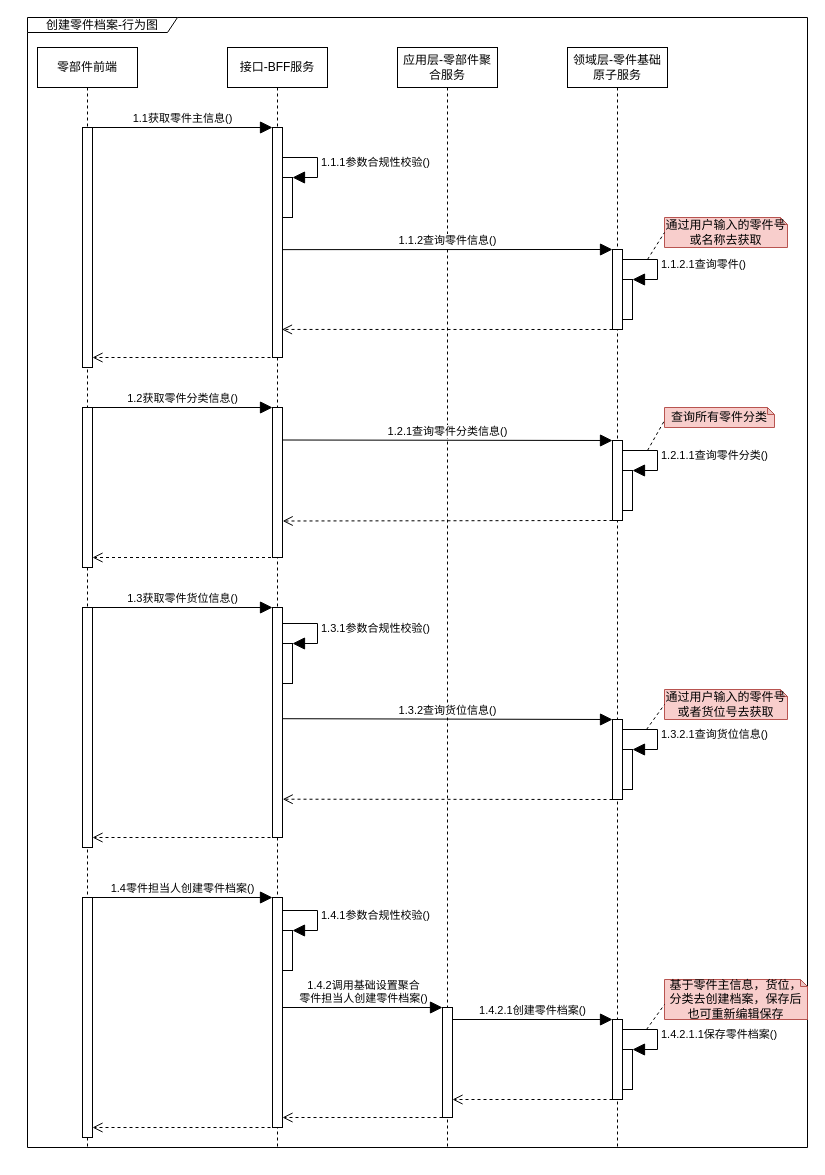
Above: page "创建-行为图" (2 of 5) of 库存管理-零件档案管理.drawio in 1132489442/gitRepository1 (draw.io), before the change. Source tidied: cells renumbered, new cells numbered last; positions are measured from the earlier drawing's top-left corner, leaving out a move shared by most shapes. Both pictures are drawn from the tidied source at 100%, with x=0, y=0 at pixel (27, 17).
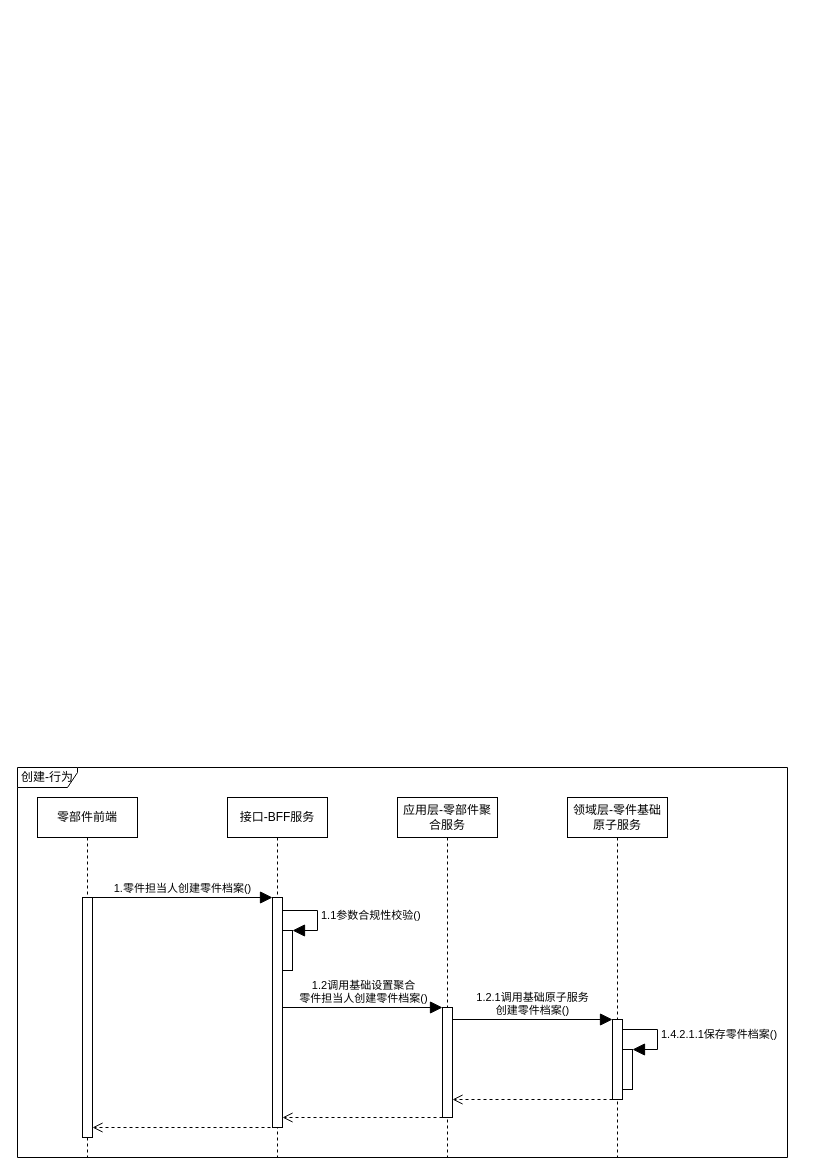
The same diagram, later.

The change refers to these unchanged cells:
```xml
<mxCell id="43" style="html=1;points=[];perimeter=orthogonalPerimeter;fillColor=#FFFFFF;" parent="1" vertex="1">
  <mxGeometry x="585" y="1002" width="10" height="80" as="geometry" />
</mxCell>
<mxCell id="48" style="html=1;points=[];perimeter=orthogonalPerimeter;fillColor=#FFFFFF;" parent="1" vertex="1">
  <mxGeometry x="255" y="913" width="10" height="40" as="geometry" />
</mxCell>
```

The edit, as a diff of the source:
```diff
@@
     <mxCell id="2" value="零部件前端" style="shape=umlLifeline;perimeter=lifelinePerimeter;whiteSpace=wrap;html=1;fillColor=#FFFFFF;" parent="1" vertex="1">
-      <mxGeometry x="10" y="30" width="100" height="1100" as="geometry" />
+      <mxGeometry x="10" y="780" width="100" height="360" as="geometry" />
     </mxCell>
-    <mxCell id="3" style="html=1;points=[];perimeter=orthogonalPerimeter;fillColor=#FFFFFF;" parent="2" vertex="1">
-      <mxGeometry x="45" y="80" width="10" height="240" as="geometry" />
-    </mxCell>
     <mxCell id="4" value="接口-BFF服务" style="shape=umlLifeline;perimeter=lifelinePerimeter;whiteSpace=wrap;html=1;fillColor=#FFFFFF;" parent="1" vertex="1">
-      <mxGeometry x="200" y="30" width="100" height="1100" as="geometry" />
+      <mxGeometry x="200" y="780" width="100" height="360" as="geometry" />
     </mxCell>
-    <mxCell id="5" style="html=1;points=[];perimeter=orthogonalPerimeter;fillColor=#FFFFFF;" parent="4" vertex="1">
-      <mxGeometry x="45" y="80" width="10" height="230" as="geometry" />
-    </mxCell>
-    <mxCell id="6" style="html=1;verticalAlign=bottom;endArrow=open;dashed=1;endSize=8;exitX=0;exitY=0.95;rounded=0;" parent="4" edge="1" target="3">
-      <mxGeometry relative="1" as="geometry">
-        <mxPoint x="55" y="310" as="sourcePoint" />
-      </mxGeometry>
-    </mxCell>
-    <mxCell id="7" value="创建零件档案-行为图" style="shape=umlFrame;whiteSpace=wrap;html=1;fillColor=#FFFFFF;width=150;height=15;" parent="1" vertex="1">
-      <mxGeometry width="780" height="1130" as="geometry" />
-    </mxCell>
     <mxCell id="8" value="领域层-零件基础原子服务" style="shape=umlLifeline;perimeter=lifelinePerimeter;whiteSpace=wrap;html=1;fillColor=#FFFFFF;" parent="1" vertex="1">
-      <mxGeometry x="540" y="30" width="100" height="1100" as="geometry" />
+      <mxGeometry x="540" y="780" width="100" height="360" as="geometry" />
     </mxCell>
-    <mxCell id="9" style="html=1;points=[];perimeter=orthogonalPerimeter;fillColor=#FFFFFF;" parent="8" vertex="1">
-      <mxGeometry x="45" y="202" width="10" height="80" as="geometry" />
-    </mxCell>
-    <mxCell id="10" style="html=1;points=[];perimeter=orthogonalPerimeter;fillColor=#FFFFFF;" parent="8" vertex="1">
-      <mxGeometry x="55" y="232" width="10" height="40" as="geometry" />
-    </mxCell>
-    <mxCell id="11" value="1.1.2.1查询零件()" style="edgeStyle=orthogonalEdgeStyle;html=1;align=left;spacingLeft=2;endArrow=block;rounded=0;entryX=1;entryY=0;endSize=10;exitX=0.987;exitY=0.125;exitDx=0;exitDy=0;exitPerimeter=0;" parent="8" edge="1" source="9" target="10">
-      <mxGeometry relative="1" as="geometry">
-        <Array as="points">
-          <mxPoint x="90" y="212" />
-          <mxPoint x="90" y="232" />
-        </Array>
-      </mxGeometry>
-    </mxCell>
     <mxCell id="12" value="应用层-零部件聚合服务" style="shape=umlLifeline;perimeter=lifelinePerimeter;whiteSpace=wrap;html=1;fillColor=#FFFFFF;" parent="1" vertex="1">
-      <mxGeometry x="370" y="30" width="100" height="1100" as="geometry" />
+      <mxGeometry x="370" y="780" width="100" height="360" as="geometry" />
     </mxCell>
-    <mxCell id="13" style="html=1;points=[];perimeter=orthogonalPerimeter;fillColor=#FFFFFF;" parent="12" vertex="1">
-      <mxGeometry x="-115" y="130" width="10" height="40" as="geometry" />
-    </mxCell>
-    <mxCell id="14" value="1.1.1参数合规性校验()" style="edgeStyle=orthogonalEdgeStyle;html=1;align=left;spacingLeft=2;endArrow=block;rounded=0;entryX=1;entryY=0;endSize=10;exitX=1.041;exitY=0.1;exitDx=0;exitDy=0;exitPerimeter=0;" parent="12" edge="1" target="13">
-      <mxGeometry relative="1" as="geometry">
-        <mxPoint x="-114.6" y="110" as="sourcePoint" />
-        <Array as="points">
-          <mxPoint x="-80" y="110" />
-          <mxPoint x="-80" y="130" />
-        </Array>
-      </mxGeometry>
-    </mxCell>
-    <mxCell id="15" value="1.1获取零件主信息()" style="html=1;verticalAlign=bottom;endArrow=block;rounded=0;endSize=10;" parent="1" edge="1">
-      <mxGeometry relative="1" as="geometry">
-        <mxPoint x="65.1" y="110" as="sourcePoint" />
-        <mxPoint x="245" y="110" as="targetPoint" />
-      </mxGeometry>
-    </mxCell>
-    <mxCell id="16" value="1.1.2查询零件信息()" style="html=1;verticalAlign=bottom;endArrow=block;entryX=0;entryY=0;rounded=0;endSize=10;exitX=1.025;exitY=0.531;exitDx=0;exitDy=0;exitPerimeter=0;" parent="1" edge="1" source="5" target="9">
-      <mxGeometry relative="1" as="geometry" />
-    </mxCell>
-    <mxCell id="17" style="html=1;verticalAlign=bottom;endArrow=open;dashed=1;endSize=8;exitX=0;exitY=0.95;rounded=0;entryX=0.948;entryY=0.878;entryDx=0;entryDy=0;entryPerimeter=0;" parent="1" edge="1" target="5">
-      <mxGeometry relative="1" as="geometry">
-        <mxPoint x="585" y="312" as="sourcePoint" />
-      </mxGeometry>
-    </mxCell>
-    <mxCell id="18" value="通过用户输入的零件号&lt;br&gt;或名称去获取" style="shape=note;whiteSpace=wrap;html=1;backgroundOutline=1;darkOpacity=0.05;fillColor=#f8cecc;size=7;strokeColor=#b85450;" parent="1" vertex="1">
-      <mxGeometry x="637" y="200" width="123" height="30" as="geometry" />
-    </mxCell>
-    <mxCell id="19" style="html=1;perimeter=orthogonalPerimeter;fillColor=#FFFFFF;" parent="1" vertex="1">
-      <mxGeometry x="55" y="390" width="10" height="160" as="geometry" />
-    </mxCell>
-    <mxCell id="20" style="html=1;perimeter=orthogonalPerimeter;fillColor=#FFFFFF;" parent="1" vertex="1">
-      <mxGeometry x="245" y="390" width="10" height="150" as="geometry" />
-    </mxCell>
-    <mxCell id="21" style="html=1;verticalAlign=bottom;endArrow=open;dashed=1;endSize=8;rounded=0;" parent="1" edge="1">
-      <mxGeometry relative="1" as="geometry">
-        <mxPoint x="249.5" y="540" as="sourcePoint" />
-        <mxPoint x="65" y="540" as="targetPoint" />
-      </mxGeometry>
-    </mxCell>
-    <mxCell id="22" style="html=1;points=[];perimeter=orthogonalPerimeter;fillColor=#FFFFFF;" parent="1" vertex="1">
-      <mxGeometry x="585" y="423" width="10" height="80" as="geometry" />
-    </mxCell>
-    <mxCell id="23" style="html=1;points=[];perimeter=orthogonalPerimeter;fillColor=#FFFFFF;" parent="1" vertex="1">
-      <mxGeometry x="595" y="453" width="10" height="40" as="geometry" />
-    </mxCell>
-    <mxCell id="24" value="1.2.1.1查询零件分类()" style="edgeStyle=orthogonalEdgeStyle;html=1;align=left;spacingLeft=2;endArrow=block;rounded=0;entryX=1;entryY=0;endSize=10;exitX=0.987;exitY=0.125;exitDx=0;exitDy=0;exitPerimeter=0;" parent="1" edge="1" source="22" target="23">
-      <mxGeometry relative="1" as="geometry">
-        <Array as="points">
-          <mxPoint x="630" y="433" />
-          <mxPoint x="630" y="453" />
-        </Array>
-      </mxGeometry>
-    </mxCell>
-    <mxCell id="25" value="1.2获取零件分类信息()" style="html=1;verticalAlign=bottom;endArrow=block;rounded=0;endSize=10;" parent="1" edge="1">
-      <mxGeometry relative="1" as="geometry">
-        <mxPoint x="65.1" y="390" as="sourcePoint" />
-        <mxPoint x="245" y="390" as="targetPoint" />
-      </mxGeometry>
-    </mxCell>
-    <mxCell id="26" value="1.2.1查询零件分类信息()" style="html=1;verticalAlign=bottom;endArrow=block;entryX=0;entryY=0;rounded=0;endSize=10;exitX=0.956;exitY=0.283;exitDx=0;exitDy=0;exitPerimeter=0;" parent="1" edge="1" target="22">
-      <mxGeometry relative="1" as="geometry">
-        <mxPoint x="254.6" y="422.5" as="sourcePoint" />
-      </mxGeometry>
-    </mxCell>
-    <mxCell id="27" style="html=1;verticalAlign=bottom;endArrow=open;dashed=1;endSize=8;exitX=0;exitY=0.95;rounded=0;entryX=1.015;entryY=0.823;entryDx=0;entryDy=0;entryPerimeter=0;" parent="1" edge="1">
-      <mxGeometry relative="1" as="geometry">
-        <mxPoint x="585" y="503" as="sourcePoint" />
-        <mxPoint x="255.2" y="503.5" as="targetPoint" />
-      </mxGeometry>
-    </mxCell>
-    <mxCell id="28" style="html=1;points=[];perimeter=orthogonalPerimeter;fillColor=#FFFFFF;" parent="1" vertex="1">
-      <mxGeometry x="55" y="590" width="10" height="240" as="geometry" />
-    </mxCell>
-    <mxCell id="29" style="html=1;perimeter=orthogonalPerimeter;fillColor=#FFFFFF;" parent="1" vertex="1">
-      <mxGeometry x="245" y="590" width="10" height="230" as="geometry" />
-    </mxCell>
-    <mxCell id="30" style="html=1;verticalAlign=bottom;endArrow=open;dashed=1;endSize=8;exitX=0;exitY=0.95;rounded=0;" parent="1" edge="1" target="28">
-      <mxGeometry relative="1" as="geometry">
-        <mxPoint x="255" y="820" as="sourcePoint" />
-      </mxGeometry>
-    </mxCell>
-    <mxCell id="31" style="html=1;points=[];perimeter=orthogonalPerimeter;fillColor=#FFFFFF;" parent="1" vertex="1">
-      <mxGeometry x="585" y="702" width="10" height="80" as="geometry" />
-    </mxCell>
-    <mxCell id="32" style="html=1;points=[];perimeter=orthogonalPerimeter;fillColor=#FFFFFF;" parent="1" vertex="1">
-      <mxGeometry x="595" y="732" width="10" height="40" as="geometry" />
-    </mxCell>
-    <mxCell id="33" value="1.3.2.1查询货位信息()" style="edgeStyle=orthogonalEdgeStyle;html=1;align=left;spacingLeft=2;endArrow=block;rounded=0;entryX=1;entryY=0;endSize=10;exitX=0.987;exitY=0.125;exitDx=0;exitDy=0;exitPerimeter=0;" parent="1" edge="1" source="31" target="32">
-      <mxGeometry relative="1" as="geometry">
-        <Array as="points">
-          <mxPoint x="630" y="712" />
-          <mxPoint x="630" y="732" />
-        </Array>
-      </mxGeometry>
-    </mxCell>
-    <mxCell id="34" style="html=1;points=[];perimeter=orthogonalPerimeter;fillColor=#FFFFFF;" parent="1" vertex="1">
-      <mxGeometry x="255" y="626" width="10" height="40" as="geometry" />
-    </mxCell>
-    <mxCell id="35" value="1.3.1参数合规性校验()" style="edgeStyle=orthogonalEdgeStyle;html=1;align=left;spacingLeft=2;endArrow=block;rounded=0;entryX=1;entryY=0;endSize=10;exitX=1.041;exitY=0.1;exitDx=0;exitDy=0;exitPerimeter=0;" parent="1" edge="1" target="34">
-      <mxGeometry relative="1" as="geometry">
-        <mxPoint x="255.4" y="606" as="sourcePoint" />
-        <Array as="points">
-          <mxPoint x="290" y="606" />
-          <mxPoint x="290" y="626" />
-        </Array>
-      </mxGeometry>
-    </mxCell>
-    <mxCell id="36" value="1.3获取零件货位信息()" style="html=1;verticalAlign=bottom;endArrow=block;rounded=0;endSize=10;" parent="1" edge="1">
-      <mxGeometry relative="1" as="geometry">
-        <mxPoint x="65.1" y="590" as="sourcePoint" />
-        <mxPoint x="245" y="590" as="targetPoint" />
-      </mxGeometry>
-    </mxCell>
-    <mxCell id="37" value="1.3.2查询货位信息()" style="html=1;verticalAlign=bottom;endArrow=block;entryX=0;entryY=0;rounded=0;endSize=10;exitX=0.959;exitY=0.527;exitDx=0;exitDy=0;exitPerimeter=0;" parent="1" edge="1" target="31">
-      <mxGeometry relative="1" as="geometry">
-        <mxPoint x="254.6" y="701.2" as="sourcePoint" />
-      </mxGeometry>
-    </mxCell>
-    <mxCell id="38" style="html=1;verticalAlign=bottom;endArrow=open;dashed=1;endSize=8;exitX=0;exitY=0.95;rounded=0;entryX=1.02;entryY=0.877;entryDx=0;entryDy=0;entryPerimeter=0;" parent="1" edge="1">
-      <mxGeometry relative="1" as="geometry">
-        <mxPoint x="585" y="782" as="sourcePoint" />
-        <mxPoint x="255.2" y="781.7" as="targetPoint" />
-      </mxGeometry>
-    </mxCell>
-    <mxCell id="39" value="通过用户输入的零件号或者货位号去获取" style="shape=note;whiteSpace=wrap;html=1;backgroundOutline=1;darkOpacity=0.05;fillColor=#f8cecc;size=7;strokeColor=#b85450;" parent="1" vertex="1">
-      <mxGeometry x="637" y="672" width="123" height="30" as="geometry" />
-    </mxCell>
@@
-    <mxCell id="47" value="1.4.2调用基础设置聚合&lt;br&gt;零件担当人创建零件档案()" style="html=1;verticalAlign=bottom;endArrow=block;rounded=0;endSize=10;exitX=1.046;exitY=0.087;exitDx=0;exitDy=0;exitPerimeter=0;" parent="1" edge="1">
+    <mxCell id="47" value="1.2调用基础设置聚合&lt;br&gt;零件担当人创建零件档案()" style="html=1;verticalAlign=bottom;endArrow=block;rounded=0;endSize=10;exitX=1.046;exitY=0.087;exitDx=0;exitDy=0;exitPerimeter=0;" parent="1" edge="1">
       <mxGeometry relative="1" as="geometry">
         <mxPoint x="255.5" y="990" as="sourcePoint" />
         <mxPoint x="415" y="990" as="targetPoint" />
       </mxGeometry>
     </mxCell>
@@
-    <mxCell id="49" value="1.4.1参数合规性校验()" style="edgeStyle=orthogonalEdgeStyle;html=1;align=left;spacingLeft=2;endArrow=block;rounded=0;entryX=1;entryY=0;endSize=10;exitX=1.041;exitY=0.1;exitDx=0;exitDy=0;exitPerimeter=0;" parent="1" edge="1" target="48">
+    <mxCell id="49" value="1.1参数合规性校验()" style="edgeStyle=orthogonalEdgeStyle;html=1;align=left;spacingLeft=2;endArrow=block;rounded=0;entryX=1;entryY=0;endSize=10;exitX=1.041;exitY=0.1;exitDx=0;exitDy=0;exitPerimeter=0;" parent="1" edge="1" target="48">
       <mxGeometry relative="1" as="geometry">
         <mxPoint x="255.4" y="893" as="sourcePoint" />
         <Array as="points">
           <mxPoint x="290" y="893" />
           <mxPoint x="290" y="913" />
         </Array>
       </mxGeometry>
     </mxCell>
-    <mxCell id="50" value="1.4零件担当人创建零件档案()" style="html=1;verticalAlign=bottom;endArrow=block;rounded=0;endSize=10;" parent="1" edge="1">
+    <mxCell id="50" value="1.零件担当人创建零件档案()" style="html=1;verticalAlign=bottom;endArrow=block;rounded=0;endSize=10;" parent="1" edge="1">
       <mxGeometry relative="1" as="geometry">
         <mxPoint x="65.1" y="880" as="sourcePoint" />
         <mxPoint x="245" y="880" as="targetPoint" />
       </mxGeometry>
     </mxCell>
-    <mxCell id="51" value="1.4.2.1创建零件档案()" style="html=1;verticalAlign=bottom;endArrow=block;entryX=0;entryY=0;rounded=0;endSize=10;" parent="1" edge="1" target="43">
+    <mxCell id="51" value="1.2.1调用基础原子服务&lt;br&gt;创建零件档案()" style="html=1;verticalAlign=bottom;endArrow=block;entryX=0;entryY=0;rounded=0;endSize=10;" parent="1" edge="1" target="43">
       <mxGeometry relative="1" as="geometry">
         <mxPoint x="425" y="1002" as="sourcePoint" />
       </mxGeometry>
     </mxCell>
@@
-    <mxCell id="54" value="查询所有零件分类" style="shape=note;whiteSpace=wrap;html=1;backgroundOutline=1;darkOpacity=0.05;fillColor=#f8cecc;size=7;strokeColor=#b85450;" parent="1" vertex="1">
-      <mxGeometry x="637" y="390" width="110" height="20" as="geometry" />
-    </mxCell>
-    <mxCell id="55" style="endArrow=none;dashed=1;html=1;rounded=0;endSize=10;entryX=0;entryY=0.5;entryDx=0;entryDy=0;entryPerimeter=0;" parent="1" edge="1">
-      <mxGeometry relative="1" as="geometry">
-        <mxPoint x="620" y="433" as="sourcePoint" />
-        <mxPoint x="637" y="403" as="targetPoint" />
-      </mxGeometry>
-    </mxCell>
-    <mxCell id="56" style="endArrow=none;dashed=1;html=1;rounded=0;endSize=10;entryX=0;entryY=0.5;entryDx=0;entryDy=0;entryPerimeter=0;" parent="1" edge="1" target="18">
-      <mxGeometry relative="1" as="geometry">
-        <mxPoint x="620" y="242" as="sourcePoint" />
-      </mxGeometry>
-    </mxCell>
-    <mxCell id="57" style="endArrow=none;dashed=1;html=1;rounded=0;endSize=10;entryX=0;entryY=0.5;entryDx=0;entryDy=0;entryPerimeter=0;" parent="1" edge="1" target="39">
-      <mxGeometry relative="1" as="geometry">
-        <mxPoint x="619" y="712" as="sourcePoint" />
-      </mxGeometry>
-    </mxCell>
-    <mxCell id="58" value="基于零件主信息，货位，分类去创建档案，保存后也可重新编辑保存" style="shape=note;whiteSpace=wrap;html=1;backgroundOutline=1;darkOpacity=0.05;fillColor=#f8cecc;size=7;strokeColor=#b85450;" parent="1" vertex="1">
-      <mxGeometry x="637" y="962" width="143" height="40" as="geometry" />
-    </mxCell>
-    <mxCell id="59" style="endArrow=none;dashed=1;html=1;rounded=0;endSize=10;entryX=0;entryY=0.5;entryDx=0;entryDy=0;entryPerimeter=0;" parent="1" edge="1">
-      <mxGeometry relative="1" as="geometry">
-        <mxPoint x="619" y="1012" as="sourcePoint" />
-        <mxPoint x="637" y="987" as="targetPoint" />
-      </mxGeometry>
-    </mxCell>
+    <mxCell id="60" value="创建-行为" style="shape=umlFrame;whiteSpace=wrap;html=1;width=60;height=20;" parent="1" vertex="1">
+      <mxGeometry x="-10" y="750" width="770" height="390" as="geometry" />
+    </mxCell>
```
